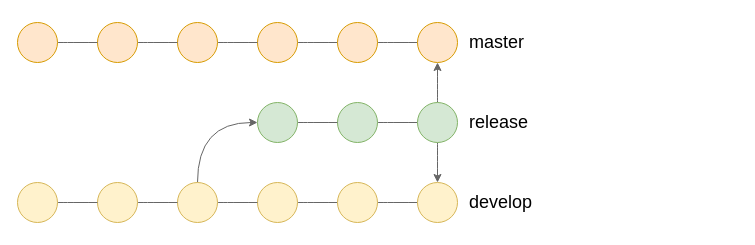
This is page "6" (6 of 15) of assets/img/git-scm-experience/Untitled Diagram.drawio from ChoDragon9/chodragon9.github.io, a draw.io file, before an edit. Source tidied: cells renumbered, new cells numbered last; positions are measured from the earlier drawing's top-left corner, leaving out a move shared by most shapes. Both pictures are drawn from the tidied source at 100%, with x=0, y=0 at pixel (17, 22).
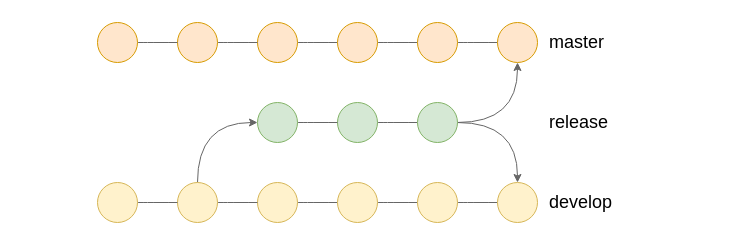
Above is the later version.

The change refers to these unchanged cells:
```xml
<mxCell id="10" style="ellipse;whiteSpace=wrap;html=1;fillColor=#ffe6cc;strokeColor=#d79b00;" parent="1" vertex="1">
  <mxGeometry x="400" width="40" height="40" as="geometry" />
</mxCell>
<mxCell id="21" style="ellipse;whiteSpace=wrap;html=1;fillColor=#ffe6cc;strokeColor=#d79b00;" parent="1" vertex="1">
  <mxGeometry x="80" width="40" height="40" as="geometry" />
</mxCell>
<mxCell id="26" style="ellipse;whiteSpace=wrap;html=1;fillColor=#fff2cc;strokeColor=#d6b656;" parent="1" vertex="1">
  <mxGeometry x="80" y="160" width="40" height="40" as="geometry" />
</mxCell>
<mxCell id="33" style="ellipse;whiteSpace=wrap;html=1;fillColor=#d5e8d4;strokeColor=#82b366;" parent="1" vertex="1">
  <mxGeometry x="400" y="80" width="40" height="40" as="geometry" />
</mxCell>
<mxCell id="34" style="ellipse;whiteSpace=wrap;html=1;fillColor=#fff2cc;strokeColor=#d6b656;" parent="1" vertex="1">
  <mxGeometry x="400" y="160" width="40" height="40" as="geometry" />
</mxCell>
```

Change to the diagram source:
```diff
@@
+    <mxCell id="35" style="edgeStyle=orthogonalEdgeStyle;curved=1;rounded=0;jettySize=auto;html=1;exitX=1;exitY=0.5;exitDx=0;exitDy=0;entryX=0;entryY=0.5;entryDx=0;entryDy=0;endArrow=none;endFill=0;strokeColor=#666666;fontFamily=Helvetica;" parent="1" edge="1" source="10" target="38">
+      <mxGeometry relative="1" as="geometry" />
+    </mxCell>
@@
     <mxCell id="15" value="&lt;h2&gt;&lt;font style=&quot;font-weight: normal&quot;&gt;release&lt;/font&gt;&lt;/h2&gt;" style="text;html=1;strokeColor=none;fillColor=none;align=left;verticalAlign=middle;whiteSpace=wrap;rounded=0;fontFamily=Helvetica;" parent="1" vertex="1">
-      <mxGeometry x="450" y="90" width="40" height="20" as="geometry" />
+      <mxGeometry x="530" y="90" width="40" height="20" as="geometry" />
     </mxCell>
     <mxCell id="16" value="&lt;h2&gt;&lt;font style=&quot;font-weight: normal&quot;&gt;develop&lt;/font&gt;&lt;/h2&gt;" style="text;html=1;strokeColor=none;fillColor=none;align=left;verticalAlign=middle;whiteSpace=wrap;rounded=0;fontFamily=Helvetica;fontStyle=0;" parent="1" vertex="1">
-      <mxGeometry x="450" y="170" width="150" height="20" as="geometry" />
+      <mxGeometry x="530" y="170" width="150" height="20" as="geometry" />
     </mxCell>
     <mxCell id="17" value="&lt;h2&gt;&lt;font style=&quot;font-weight: normal&quot;&gt;master&lt;/font&gt;&lt;/h2&gt;" style="text;html=1;strokeColor=none;fillColor=none;align=left;verticalAlign=middle;whiteSpace=wrap;rounded=0;fontFamily=Helvetica;fontStyle=0;" parent="1" vertex="1">
-      <mxGeometry x="450" y="10" width="270" height="20" as="geometry" />
+      <mxGeometry x="530" y="10" width="80" height="20" as="geometry" />
     </mxCell>
@@
-    <mxCell id="27" style="edgeStyle=orthogonalEdgeStyle;curved=1;rounded=0;jettySize=auto;html=1;exitX=1;exitY=0.5;exitDx=0;exitDy=0;entryX=0;entryY=0.5;entryDx=0;entryDy=0;endArrow=none;endFill=0;strokeColor=#666666;fontFamily=Helvetica;" parent="1" edge="1" source="28" target="21">
-      <mxGeometry relative="1" as="geometry" />
-    </mxCell>
-    <mxCell id="28" style="ellipse;whiteSpace=wrap;html=1;fillColor=#ffe6cc;strokeColor=#d79b00;" parent="1" vertex="1">
-      <mxGeometry width="40" height="40" as="geometry" />
-    </mxCell>
-    <mxCell id="29" style="edgeStyle=orthogonalEdgeStyle;curved=1;rounded=0;jettySize=auto;html=1;exitX=1;exitY=0.5;exitDx=0;exitDy=0;entryX=0;entryY=0.5;entryDx=0;entryDy=0;endArrow=none;endFill=0;strokeColor=#666666;fontFamily=Helvetica;" parent="1" edge="1" source="30" target="26">
-      <mxGeometry relative="1" as="geometry" />
-    </mxCell>
-    <mxCell id="30" style="ellipse;whiteSpace=wrap;html=1;fillColor=#fff2cc;strokeColor=#d6b656;" parent="1" vertex="1">
-      <mxGeometry y="160" width="40" height="40" as="geometry" />
-    </mxCell>
-    <mxCell id="31" style="edgeStyle=orthogonalEdgeStyle;curved=1;rounded=0;jettySize=auto;html=1;exitX=0.5;exitY=0;exitDx=0;exitDy=0;entryX=0.5;entryY=1;entryDx=0;entryDy=0;endArrow=classic;endFill=1;strokeColor=#666666;fontFamily=Helvetica;" parent="1" edge="1" source="33" target="10">
+    <mxCell id="31" style="edgeStyle=orthogonalEdgeStyle;curved=1;rounded=0;jettySize=auto;html=1;exitX=1;exitY=0.5;exitDx=0;exitDy=0;entryX=0.5;entryY=1;entryDx=0;entryDy=0;endArrow=classic;endFill=1;strokeColor=#666666;fontFamily=Helvetica;" parent="1" edge="1" source="33" target="38">
       <mxGeometry relative="1" as="geometry" />
     </mxCell>
-    <mxCell id="32" style="edgeStyle=orthogonalEdgeStyle;curved=1;rounded=0;jettySize=auto;html=1;exitX=0.5;exitY=1;exitDx=0;exitDy=0;entryX=0.5;entryY=0;entryDx=0;entryDy=0;endArrow=classic;endFill=1;strokeColor=#666666;fontFamily=Helvetica;" parent="1" edge="1" source="33" target="34">
+    <mxCell id="32" style="edgeStyle=orthogonalEdgeStyle;curved=1;rounded=0;jettySize=auto;html=1;exitX=1;exitY=0.5;exitDx=0;exitDy=0;entryX=0.5;entryY=0;entryDx=0;entryDy=0;endArrow=classic;endFill=1;strokeColor=#666666;fontFamily=Helvetica;" parent="1" edge="1" source="33" target="37">
       <mxGeometry relative="1" as="geometry" />
     </mxCell>
@@
+    <mxCell id="36" style="edgeStyle=orthogonalEdgeStyle;curved=1;rounded=0;jettySize=auto;html=1;exitX=1;exitY=0.5;exitDx=0;exitDy=0;entryX=0;entryY=0.5;entryDx=0;entryDy=0;endArrow=none;endFill=0;strokeColor=#666666;fontFamily=Helvetica;" parent="1" edge="1" source="34" target="37">
+      <mxGeometry relative="1" as="geometry" />
+    </mxCell>
@@
+    <mxCell id="37" style="ellipse;whiteSpace=wrap;html=1;fillColor=#fff2cc;strokeColor=#d6b656;" parent="1" vertex="1">
+      <mxGeometry x="480" y="160" width="40" height="40" as="geometry" />
+    </mxCell>
+    <mxCell id="38" style="ellipse;whiteSpace=wrap;html=1;fillColor=#ffe6cc;strokeColor=#d79b00;" parent="1" vertex="1">
+      <mxGeometry x="480" width="40" height="40" as="geometry" />
+    </mxCell>
```
